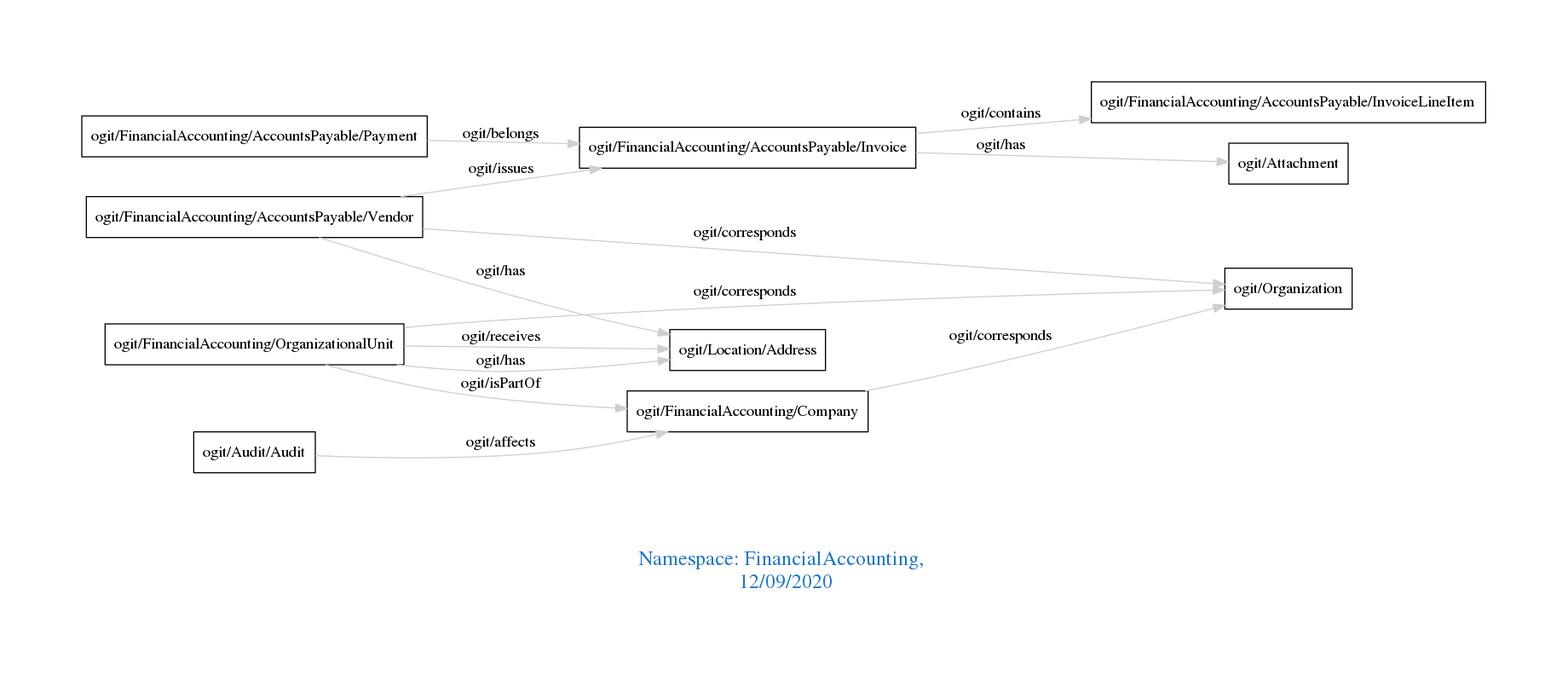
arago/OGIT keeps this Graphviz diagram as downloads/FinancialAccounting.png. Above is the earlier version. Its source is kept beside it as downloads/FinancialAccounting.dot. Its diagram source:
```dot
digraph OGIT_ontology {
 graph [ rankdir= LR,pad=1
fontsize = 18,
fontcolor= dodgerblue3,label = "\n\n\nNamespace: FinancialAccounting, \n 12/09/2020"];
node[shape=polygon];
edge [  color="gray81"];

   "ogit/FinancialAccounting/AccountsPayable/Invoice" -> "ogit/FinancialAccounting/AccountsPayable/InvoiceLineItem" [label="   ogit/contains    "];
   "ogit/FinancialAccounting/AccountsPayable/Vendor" -> "ogit/Organization" [label="   ogit/corresponds    "];
   "ogit/FinancialAccounting/Company" -> "ogit/Organization" [label="   ogit/corresponds    "];
   "ogit/FinancialAccounting/OrganizationalUnit" -> "ogit/Organization" [label="   ogit/corresponds    "];
   "ogit/FinancialAccounting/AccountsPayable/Vendor" -> "ogit/FinancialAccounting/AccountsPayable/Invoice" [label="   ogit/issues    "];
   "ogit/Audit/Audit" -> "ogit/FinancialAccounting/Company" [label="   ogit/affects    "];
   "ogit/FinancialAccounting/AccountsPayable/Payment" -> "ogit/FinancialAccounting/AccountsPayable/Invoice" [label="   ogit/belongs    "];
   "ogit/FinancialAccounting/OrganizationalUnit" -> "ogit/Location/Address" [label="   ogit/receives    "];
   "ogit/FinancialAccounting/AccountsPayable/Invoice" -> "ogit/Attachment" [label="   ogit/has    "];
   "ogit/FinancialAccounting/AccountsPayable/Vendor" -> "ogit/Location/Address" [label="   ogit/has    "];
   "ogit/FinancialAccounting/OrganizationalUnit" -> "ogit/Location/Address" [label="   ogit/has    "];
   "ogit/FinancialAccounting/OrganizationalUnit" -> "ogit/FinancialAccounting/Company" [label="   ogit/isPartOf    "];
}
```
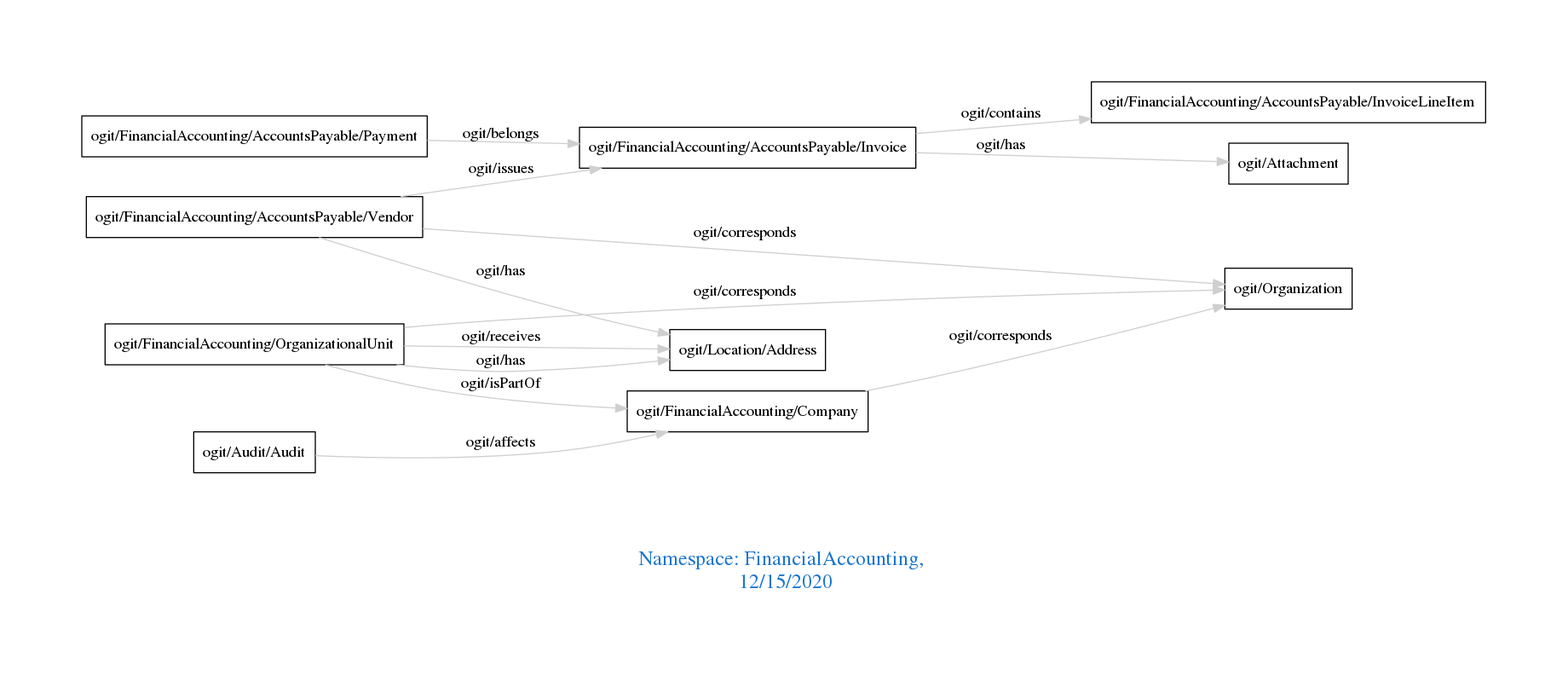
Above is the later version.

Change to the diagram source:
```diff
@@ -1,7 +1,7 @@
 digraph OGIT_ontology {
  graph [ rankdir= LR,pad=1
 fontsize = 18,
-fontcolor= dodgerblue3,label = "\n\n\nNamespace: FinancialAccounting, \n 12/09/2020"];
+fontcolor= dodgerblue3,label = "\n\n\nNamespace: FinancialAccounting, \n 12/15/2020"];
 node[shape=polygon];
 edge [  color="gray81"];
 
```
